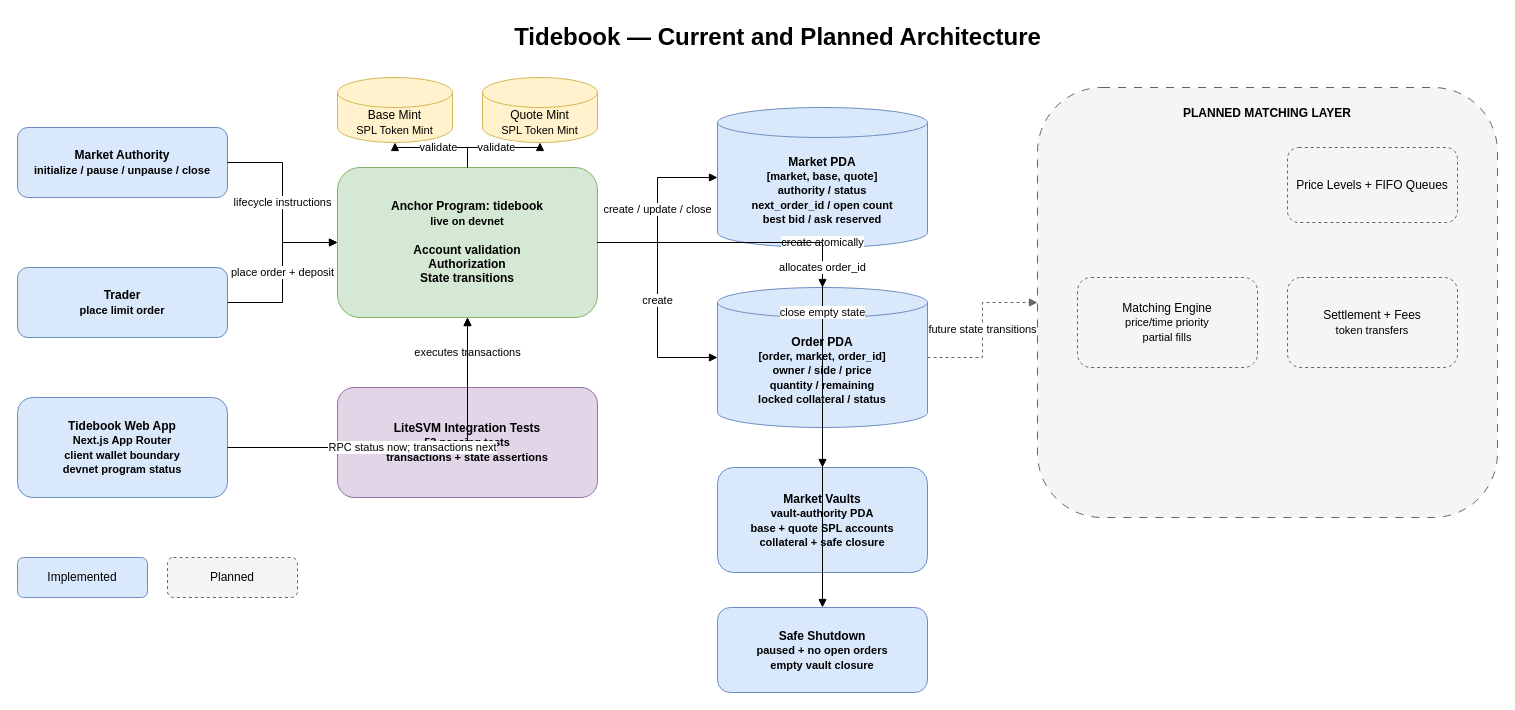
Above: docs/diagrams/tidebook-architecture.drawio in kunal171/tidebook (draw.io), before the change. Source tidied: cells renumbered, new cells numbered last; positions are measured from the earlier drawing's top-left corner, leaving out a move shared by most shapes. Both pictures are drawn from the tidied source at 100%, with x=0, y=0 at pixel (17, 17).
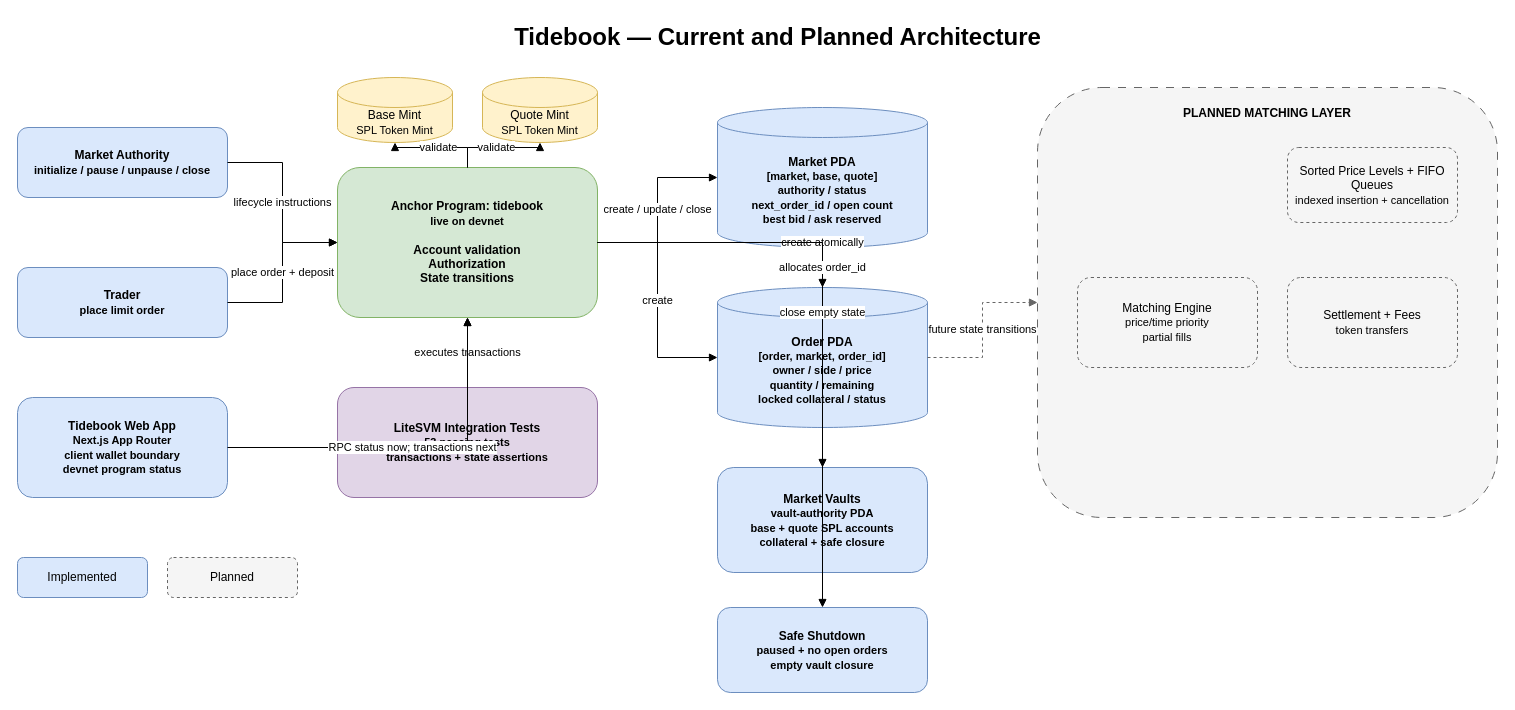
The same diagram, later.

Commit message (it also covers changes not shown here):
docs: complete indexed cancellation architecture

Change to the diagram source:
```diff
@@
-    <mxCell id="14" value="Price Levels + FIFO Queues" style="rounded=1;whiteSpace=wrap;html=1;dashed=1;fillColor=#f5f5f5;strokeColor=#666666;" parent="1" vertex="1">
+    <mxCell id="14" value="Sorted Price Levels + FIFO Queues&lt;br&gt;&lt;font style=&quot;font-size: 11px;&quot;&gt;indexed insertion + cancellation&lt;/font&gt;" style="rounded=1;whiteSpace=wrap;html=1;dashed=1;fillColor=#f5f5f5;strokeColor=#666666;" parent="1" vertex="1">
       <mxGeometry x="1270" y="130" width="170" height="75" as="geometry" />
     </mxCell>
```
